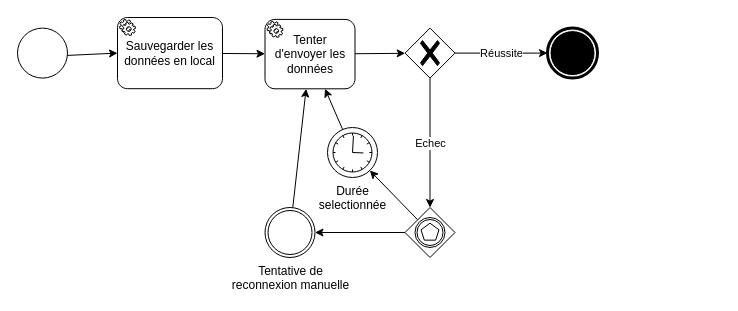
Above: Documentation/Sous_taches/BPMN-ST-Synchro_montante.drawio in projetDansLaMontagne/Valpineta (draw.io), before the change. Source tidied: cells renumbered, new cells numbered last; positions are measured from the earlier drawing's top-left corner, leaving out a move shared by most shapes. Both pictures are drawn from the tidied source at 100%, with x=0, y=0 at pixel (17, 17).
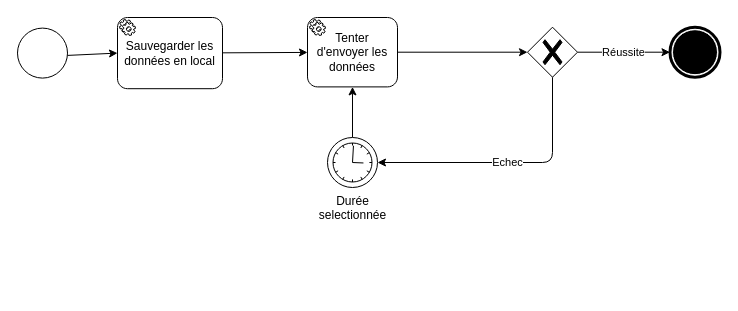
After the change.

What changed in the source:
```diff
@@
 <mxGraphModel>
   <root>
     <mxCell id="0" />
     <mxCell id="1" parent="0" />
     <mxCell id="2" style="edgeStyle=none;html=1;" parent="1" edge="1" source="3" target="5">
       <mxGeometry relative="1" as="geometry" />
     </mxCell>
     <mxCell id="3" value="Sauvegarder les données en local" style="points=[[0.25,0,0],[0.5,0,0],[0.75,0,0],[1,0.25,0],[1,0.5,0],[1,0.75,0],[0.75,1,0],[0.5,1,0],[0.25,1,0],[0,0.75,0],[0,0.5,0],[0,0.25,0]];shape=mxgraph.bpmn.task;whiteSpace=wrap;rectStyle=rounded;size=10;html=1;taskMarker=service;" parent="1" vertex="1">
       <mxGeometry x="100" width="105" height="71.2" as="geometry" />
     </mxCell>
     <mxCell id="4" style="edgeStyle=none;html=1;" parent="1" edge="1" source="5" target="8">
       <mxGeometry relative="1" as="geometry" />
     </mxCell>
     <mxCell id="5" value="Tenter d'envoyer les données" style="points=[[0.25,0,0],[0.5,0,0],[0.75,0,0],[1,0.25,0],[1,0.5,0],[1,0.75,0],[0.75,1,0],[0.5,1,0],[0.25,1,0],[0,0.75,0],[0,0.5,0],[0,0.25,0]];shape=mxgraph.bpmn.task;whiteSpace=wrap;rectStyle=rounded;size=10;html=1;taskMarker=service;" parent="1" vertex="1">
-      <mxGeometry x="247.5" y="1.9" width="90" height="69.4" as="geometry" />
+      <mxGeometry x="290" width="90" height="69.4" as="geometry" />
     </mxCell>
-    <mxCell id="6" value="Echec" style="edgeStyle=none;html=1;" parent="1" edge="1" source="8" target="16">
-      <mxGeometry relative="1" as="geometry" />
+    <mxCell id="6" value="Echec" style="edgeStyle=none;html=1;" parent="1" edge="1" source="8" target="10">
+      <mxGeometry relative="1" as="geometry">
+        <Array as="points">
+          <mxPoint x="535" y="145" />
+        </Array>
+      </mxGeometry>
     </mxCell>
     <mxCell id="7" value="Réussite" style="edgeStyle=none;html=1;" parent="1" edge="1" source="8" target="11">
       <mxGeometry relative="1" as="geometry" />
     </mxCell>
     <mxCell id="8" style="points=[[0.25,0.25,0],[0.5,0,0],[0.75,0.25,0],[1,0.5,0],[0.75,0.75,0],[0.5,1,0],[0.25,0.75,0],[0,0.5,0]];shape=mxgraph.bpmn.gateway2;html=1;verticalLabelPosition=bottom;labelBackgroundColor=#ffffff;verticalAlign=top;align=center;perimeter=rhombusPerimeter;outlineConnect=0;outline=none;symbol=none;gwType=exclusive;" parent="1" vertex="1">
-      <mxGeometry x="387.5" y="10.6" width="50" height="50" as="geometry" />
+      <mxGeometry x="510" y="9.7" width="50" height="50" as="geometry" />
     </mxCell>
     <mxCell id="9" style="edgeStyle=none;html=1;" parent="1" edge="1" source="10" target="5">
       <mxGeometry relative="1" as="geometry" />
     </mxCell>
     <mxCell id="10" value="Durée &lt;br&gt;selectionnée" style="points=[[0.145,0.145,0],[0.5,0,0],[0.855,0.145,0],[1,0.5,0],[0.855,0.855,0],[0.5,1,0],[0.145,0.855,0],[0,0.5,0]];shape=mxgraph.bpmn.event;html=1;verticalLabelPosition=bottom;labelBackgroundColor=#ffffff;verticalAlign=top;align=center;perimeter=ellipsePerimeter;outlineConnect=0;outline=standard;symbol=timer;" parent="1" vertex="1">
-      <mxGeometry x="310" y="110" width="50" height="50" as="geometry" />
+      <mxGeometry x="310" y="120" width="50" height="50" as="geometry" />
     </mxCell>
     <mxCell id="11" style="points=[[0.145,0.145,0],[0.5,0,0],[0.855,0.145,0],[1,0.5,0],[0.855,0.855,0],[0.5,1,0],[0.145,0.855,0],[0,0.5,0]];shape=mxgraph.bpmn.event;html=1;verticalLabelPosition=bottom;labelBackgroundColor=#ffffff;verticalAlign=top;align=center;perimeter=ellipsePerimeter;outlineConnect=0;outline=end;symbol=terminate;" parent="1" vertex="1">
-      <mxGeometry x="530" y="10.6" width="50" height="50" as="geometry" />
+      <mxGeometry x="652.5" y="9.7" width="50" height="50" as="geometry" />
     </mxCell>
     <mxCell id="12" style="edgeStyle=none;html=1;" parent="1" edge="1" source="13" target="3">
       <mxGeometry relative="1" as="geometry" />
     </mxCell>
     <mxCell id="13" style="points=[[0.145,0.145,0],[0.5,0,0],[0.855,0.145,0],[1,0.5,0],[0.855,0.855,0],[0.5,1,0],[0.145,0.855,0],[0,0.5,0]];shape=mxgraph.bpmn.event;html=1;verticalLabelPosition=bottom;labelBackgroundColor=#ffffff;verticalAlign=top;align=center;perimeter=ellipsePerimeter;outlineConnect=0;outline=standard;symbol=general;" parent="1" vertex="1">
       <mxGeometry y="10.6" width="50" height="50" as="geometry" />
     </mxCell>
-    <mxCell id="14" style="edgeStyle=none;html=1;" parent="1" edge="1" source="16" target="18">
-      <mxGeometry relative="1" as="geometry" />
-    </mxCell>
-    <mxCell id="15" style="edgeStyle=none;html=1;" parent="1" edge="1" source="16" target="10">
-      <mxGeometry relative="1" as="geometry" />
-    </mxCell>
-    <mxCell id="16" style="points=[[0.25,0.25,0],[0.5,0,0],[0.75,0.25,0],[1,0.5,0],[0.75,0.75,0],[0.5,1,0],[0.25,0.75,0],[0,0.5,0]];shape=mxgraph.bpmn.gateway2;html=1;verticalLabelPosition=bottom;labelBackgroundColor=#ffffff;verticalAlign=top;align=center;perimeter=rhombusPerimeter;outlineConnect=0;outline=catching;symbol=multiple;" parent="1" vertex="1">
-      <mxGeometry x="387.5" y="190" width="50" height="50" as="geometry" />
-    </mxCell>
-    <mxCell id="17" style="edgeStyle=none;html=1;" parent="1" edge="1" source="18" target="5">
-      <mxGeometry relative="1" as="geometry" />
-    </mxCell>
-    <mxCell id="18" value="Tentative de &lt;br&gt;reconnexion manuelle" style="points=[[0.145,0.145,0],[0.5,0,0],[0.855,0.145,0],[1,0.5,0],[0.855,0.855,0],[0.5,1,0],[0.145,0.855,0],[0,0.5,0]];shape=mxgraph.bpmn.event;html=1;verticalLabelPosition=bottom;labelBackgroundColor=#ffffff;verticalAlign=top;align=center;perimeter=ellipsePerimeter;outlineConnect=0;outline=throwing;symbol=general;" parent="1" vertex="1">
-      <mxGeometry x="247.5" y="190" width="50" height="50" as="geometry" />
-    </mxCell>
   </root>
 </mxGraphModel>
```
